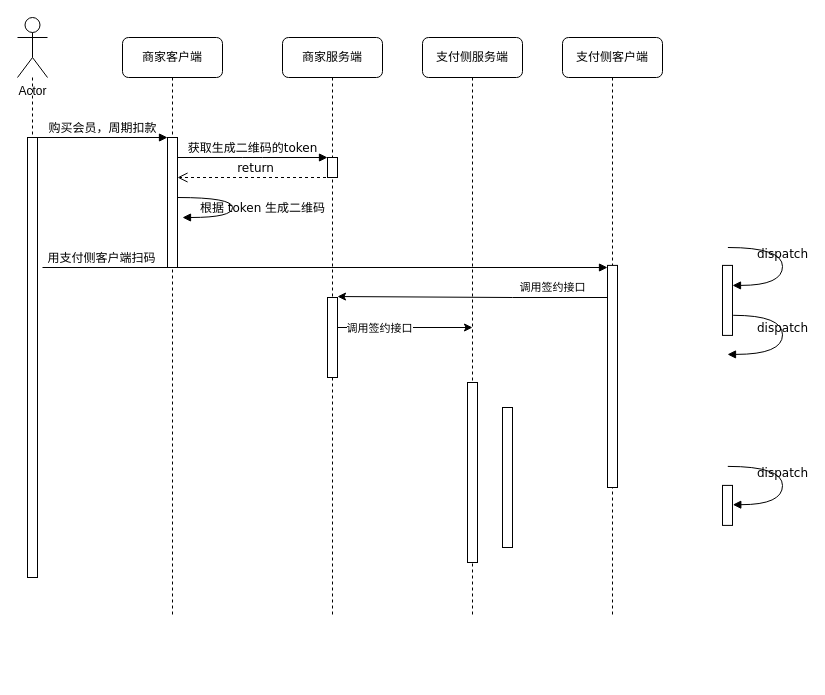
The draw.io diagram 周期扣款.drawio in hfy0/draw, before the edit. Source tidied: cells renumbered, new cells numbered last; positions are measured from the earlier drawing's top-left corner, leaving out a move shared by most shapes. Both pictures are drawn from the tidied source at 100%, with x=0, y=0 at pixel (17, 17).
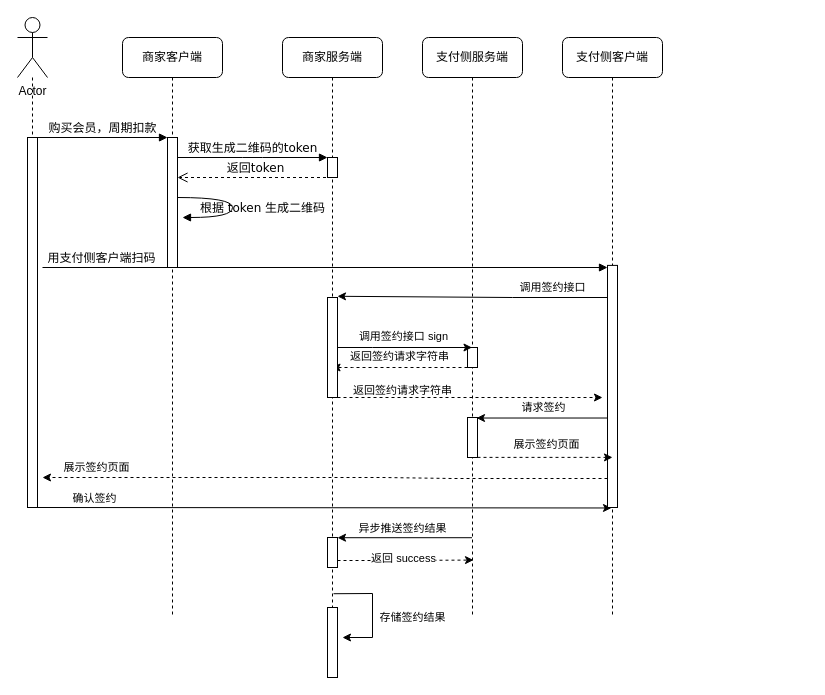
After the change.

Commit message (it also covers changes not shown here):
更新周期扣款.drawio

Unchanged cells that the change refers to:
```xml
<mxCell id="3" value="商家服务端" style="shape=umlLifeline;perimeter=lifelinePerimeter;whiteSpace=wrap;html=1;outlineConnect=0;rounded=1;shadow=0;comic=0;labelBackgroundColor=none;strokeWidth=1;fontFamily=Verdana;fontSize=12;align=center;" parent="1" vertex="1">
  <mxGeometry x="265" y="20" width="100" height="580" as="geometry" />
</mxCell>
<mxCell id="4" value="支付侧服务端" style="shape=umlLifeline;perimeter=lifelinePerimeter;whiteSpace=wrap;html=1;outlineConnect=0;rounded=1;shadow=0;comic=0;labelBackgroundColor=none;strokeWidth=1;fontFamily=Verdana;fontSize=12;align=center;" parent="1" vertex="1">
  <mxGeometry x="405" y="20" width="100" height="580" as="geometry" />
</mxCell>
<mxCell id="22" style="html=1;points=[];perimeter=orthogonalPerimeter;rounded=0;shadow=0;comic=0;labelBackgroundColor=none;strokeWidth=1;fontFamily=Verdana;fontSize=12;align=center;" parent="1" vertex="1">
  <mxGeometry x="150" y="120" width="10" height="130" as="geometry" />
</mxCell>
<mxCell id="25" style="html=1;points=[];perimeter=orthogonalPerimeter;rounded=0;shadow=0;comic=0;labelBackgroundColor=none;strokeWidth=1;fontFamily=Verdana;fontSize=12;align=center;" parent="1" vertex="1">
  <mxGeometry x="310" y="140" width="10" height="20" as="geometry" />
</mxCell>
```

Diff of the diagram source:
```diff
@@
+    <mxCell id="29" style="edgeStyle=none;rounded=0;jettySize=auto;html=1;entryX=1;entryY=0.007;entryDx=0;entryDy=0;entryPerimeter=0;endArrow=classic;endFill=1;" parent="1" edge="1" source="4" target="47">
+      <mxGeometry relative="1" as="geometry" />
+    </mxCell>
+    <mxCell id="30" value="异步推送签约结果" style="edgeLabel;html=1;align=center;verticalAlign=middle;" parent="29" vertex="1">
+      <mxGeometry x="0.35" y="1" relative="1" as="geometry">
+        <mxPoint x="21" y="-11" as="offset" />
+      </mxGeometry>
+    </mxCell>
@@
-    <mxCell id="6" style="html=1;perimeter=orthogonalPerimeter;rounded=0;shadow=0;comic=0;labelBackgroundColor=none;strokeWidth=1;fontFamily=Verdana;fontSize=12;align=center;" parent="1" vertex="1">
-      <mxGeometry x="450" y="365" width="10" height="180" as="geometry" />
-    </mxCell>
     <mxCell id="7" style="html=1;points=[];perimeter=orthogonalPerimeter;rounded=0;shadow=0;comic=0;labelBackgroundColor=none;strokeWidth=1;fontFamily=Verdana;fontSize=12;align=center;" parent="1" vertex="1">
-      <mxGeometry x="485" y="390" width="10" height="140" as="geometry" />
+      <mxGeometry x="450" y="400" width="10" height="40" as="geometry" />
     </mxCell>
-    <mxCell id="8" value="购买会员，周期扣款" style="html=1;verticalAlign=bottom;endArrow=block;entryX=0;entryY=0;labelBackgroundColor=none;fontFamily=Verdana;fontSize=12;edgeStyle=elbowEdgeStyle;elbow=vertical;" parent="1" edge="1" source="15" target="22">
-      <mxGeometry relative="1" as="geometry" />
-    </mxCell>
-    <mxCell id="9" value="获取生成二维码的token" style="html=1;verticalAlign=bottom;endArrow=block;entryX=0;entryY=0;labelBackgroundColor=none;fontFamily=Verdana;fontSize=12;edgeStyle=elbowEdgeStyle;elbow=vertical;" parent="1" edge="1" source="22" target="25">
-      <mxGeometry relative="1" as="geometry" />
-    </mxCell>
     <mxCell id="10" style="html=1;points=[];perimeter=orthogonalPerimeter;rounded=0;shadow=0;comic=0;labelBackgroundColor=none;strokeWidth=1;fontFamily=Verdana;fontSize=12;align=center;" parent="1" vertex="1">
-      <mxGeometry x="705" y="247.9" width="10" height="70" as="geometry" />
+      <mxGeometry x="310" y="590" width="10" height="70" as="geometry" />
     </mxCell>
-    <mxCell id="11" value="dispatch" style="html=1;verticalAlign=bottom;endArrow=block;labelBackgroundColor=none;fontFamily=Verdana;fontSize=12;elbow=vertical;edgeStyle=orthogonalEdgeStyle;curved=1;entryX=1;entryY=0.286;entryPerimeter=0;exitX=1.038;exitY=0.345;exitPerimeter=0;" parent="1" edge="1" target="10">
-      <mxGeometry relative="1" as="geometry">
-        <mxPoint x="710.4" y="230" as="sourcePoint" />
-        <Array as="points">
-          <mxPoint x="765" y="229.9" />
-          <mxPoint x="765" y="267.9" />
-        </Array>
-      </mxGeometry>
-    </mxCell>
-    <mxCell id="12" value="dispatch" style="html=1;verticalAlign=bottom;endArrow=block;labelBackgroundColor=none;fontFamily=Verdana;fontSize=12;elbow=vertical;edgeStyle=orthogonalEdgeStyle;curved=1;exitX=1.066;exitY=0.713;exitPerimeter=0;" parent="1" edge="1" source="10">
-      <mxGeometry relative="1" as="geometry">
-        <mxPoint x="710" y="336.9" as="targetPoint" />
-        <Array as="points">
-          <mxPoint x="765" y="297.9" />
-          <mxPoint x="765" y="336.9" />
-        </Array>
-      </mxGeometry>
-    </mxCell>
     <mxCell id="13" style="html=1;points=[];perimeter=orthogonalPerimeter;rounded=0;shadow=0;comic=0;labelBackgroundColor=none;strokeWidth=1;fontFamily=Verdana;fontSize=12;align=center;" parent="1" vertex="1">
-      <mxGeometry x="705" y="467.9" width="10" height="40" as="geometry" />
+      <mxGeometry x="450" y="330" width="10" height="20" as="geometry" />
     </mxCell>
-    <mxCell id="14" value="dispatch" style="html=1;verticalAlign=bottom;endArrow=block;labelBackgroundColor=none;fontFamily=Verdana;fontSize=12;elbow=vertical;edgeStyle=orthogonalEdgeStyle;curved=1;entryX=1;entryY=0.286;entryPerimeter=0;exitX=1.038;exitY=0.345;exitPerimeter=0;" parent="1" edge="1">
-      <mxGeometry relative="1" as="geometry">
-        <mxPoint x="710.3" y="448.9" as="sourcePoint" />
-        <mxPoint x="715.3" y="487.2" as="targetPoint" />
-        <Array as="points">
-          <mxPoint x="765" y="448.9" />
-          <mxPoint x="765" y="486.9" />
-        </Array>
-      </mxGeometry>
-    </mxCell>
+    <mxCell id="31" style="edgeStyle=none;rounded=0;jettySize=auto;html=1;entryX=0.4;entryY=1.002;entryDx=0;entryDy=0;entryPerimeter=0;endArrow=classic;endFill=1;" parent="1" edge="1" source="15" target="21">
+      <mxGeometry relative="1" as="geometry" />
+    </mxCell>
+    <mxCell id="32" value="确认签约" style="edgeLabel;html=1;align=center;verticalAlign=middle;" parent="31" vertex="1">
+      <mxGeometry x="-0.8" y="-1" relative="1" as="geometry">
+        <mxPoint y="-11" as="offset" />
+      </mxGeometry>
+    </mxCell>
     <mxCell id="15" style="html=1;points=[];perimeter=orthogonalPerimeter;rounded=0;shadow=0;comic=0;labelBackgroundColor=none;strokeWidth=1;fontFamily=Verdana;fontSize=12;align=center;" parent="1" vertex="1">
-      <mxGeometry x="10" y="120" width="10" height="440" as="geometry" />
+      <mxGeometry x="10" y="120" width="10" height="370" as="geometry" />
     </mxCell>
+    <mxCell id="33" style="edgeStyle=none;rounded=0;jettySize=auto;html=1;dashed=1;endArrow=classic;endFill=1;" parent="1" edge="1" source="13" target="3">
+      <mxGeometry relative="1" as="geometry">
+        <Array as="points">
+          <mxPoint x="335" y="350" />
+        </Array>
+      </mxGeometry>
+    </mxCell>
+    <mxCell id="34" value="返回签约请求字符串" style="edgeLabel;html=1;align=center;verticalAlign=middle;" parent="33" vertex="1">
+      <mxGeometry x="0.04" y="2" relative="1" as="geometry">
+        <mxPoint x="1" y="-14" as="offset" />
+      </mxGeometry>
+    </mxCell>
@@
-    <mxCell id="19" style="edgeStyle=none;rounded=0;jettySize=auto;html=1;endArrow=classic;endFill=1;entryX=1;entryY=-0.012;entryDx=0;entryDy=0;entryPerimeter=0;" parent="1" edge="1" source="21" target="28">
-      <mxGeometry relative="1" as="geometry">
-        <Array as="points">
-          <mxPoint x="495" y="280" />
-        </Array>
-      </mxGeometry>
-    </mxCell>
-    <mxCell id="20" value="调用签约接口" style="edgeLabel;html=1;align=center;verticalAlign=middle;" parent="19" vertex="1">
-      <mxGeometry x="0.08" y="2" relative="1" as="geometry">
-        <mxPoint x="91" y="-12" as="offset" />
-      </mxGeometry>
-    </mxCell>
+    <mxCell id="35" style="edgeStyle=none;rounded=0;jettySize=auto;html=1;endArrow=classic;endFill=1;entryX=0.9;entryY=0.013;entryDx=0;entryDy=0;entryPerimeter=0;" parent="1" edge="1" source="21" target="7">
+      <mxGeometry relative="1" as="geometry" />
+    </mxCell>
+    <mxCell id="36" value="请求签约" style="edgeLabel;html=1;align=center;verticalAlign=middle;" parent="35" vertex="1">
+      <mxGeometry x="0.18" relative="1" as="geometry">
+        <mxPoint x="12" y="-11" as="offset" />
+      </mxGeometry>
+    </mxCell>
+    <mxCell id="37" style="edgeStyle=none;rounded=0;jettySize=auto;html=1;dashed=1;endArrow=classic;endFill=1;" parent="1" edge="1" source="21">
+      <mxGeometry relative="1" as="geometry">
+        <mxPoint x="25" y="460" as="targetPoint" />
+        <Array as="points">
+          <mxPoint x="435" y="461" />
+          <mxPoint x="365" y="460" />
+        </Array>
+      </mxGeometry>
+    </mxCell>
+    <mxCell id="38" value="展示签约页面" style="edgeLabel;html=1;align=center;verticalAlign=middle;" parent="37" vertex="1">
+      <mxGeometry x="0.72" y="-3" relative="1" as="geometry">
+        <mxPoint x="-26" y="-8" as="offset" />
+      </mxGeometry>
+    </mxCell>
     <mxCell id="21" style="html=1;points=[];perimeter=orthogonalPerimeter;rounded=0;shadow=0;comic=0;labelBackgroundColor=none;strokeWidth=1;fontFamily=Verdana;fontSize=12;align=center;" parent="1" vertex="1">
-      <mxGeometry x="590" y="247.9" width="10" height="222.1" as="geometry" />
+      <mxGeometry x="590" y="247.9" width="10" height="242.1" as="geometry" />
     </mxCell>
+    <mxCell id="39" style="edgeStyle=none;rounded=0;jettySize=auto;html=1;entryX=0.5;entryY=0.793;entryDx=0;entryDy=0;entryPerimeter=0;dashed=1;endArrow=classic;endFill=1;" parent="1" edge="1" source="7" target="21">
+      <mxGeometry relative="1" as="geometry" />
+    </mxCell>
+    <mxCell id="40" value="展示签约页面" style="edgeLabel;html=1;align=center;verticalAlign=middle;" parent="39" vertex="1">
+      <mxGeometry x="0.42" y="-2" relative="1" as="geometry">
+        <mxPoint x="-28" y="-15" as="offset" />
+      </mxGeometry>
+    </mxCell>
@@
+    <mxCell id="8" value="购买会员，周期扣款" style="html=1;verticalAlign=bottom;endArrow=block;entryX=0;entryY=0;labelBackgroundColor=none;fontFamily=Verdana;fontSize=12;edgeStyle=elbowEdgeStyle;elbow=vertical;" parent="1" edge="1" source="15" target="22">
+      <mxGeometry relative="1" as="geometry" />
+    </mxCell>
-    <mxCell id="23" value="return" style="html=1;verticalAlign=bottom;endArrow=open;dashed=1;endSize=8;labelBackgroundColor=none;fontFamily=Verdana;fontSize=12;edgeStyle=elbowEdgeStyle;elbow=vertical;" parent="1" edge="1" source="3">
+    <mxCell id="23" value="返回token" style="html=1;verticalAlign=bottom;endArrow=open;dashed=1;endSize=8;labelBackgroundColor=none;fontFamily=Verdana;fontSize=12;edgeStyle=elbowEdgeStyle;elbow=horizontal;" parent="1" edge="1" source="3">
       <mxGeometry relative="1" as="geometry">
         <mxPoint x="160" y="160" as="targetPoint" />
         <Array as="points">
           <mxPoint x="235" y="160" />
           <mxPoint x="265" y="160" />
         </Array>
       </mxGeometry>
     </mxCell>
@@
-    <mxCell id="26" style="endArrow=classic;html=1;rounded=0;" parent="1" edge="1" source="3">
-      <mxGeometry relative="1" as="geometry">
-        <mxPoint x="455" y="310" as="targetPoint" />
-      </mxGeometry>
-    </mxCell>
-    <mxCell id="27" value="调用签约接口" style="edgeLabel;html=1;align=center;verticalAlign=middle;" parent="26" vertex="1">
-      <mxGeometry x="-0.34" relative="1" as="geometry">
-        <mxPoint x="1" as="offset" />
-      </mxGeometry>
-    </mxCell>
+    <mxCell id="9" value="获取生成二维码的token" style="html=1;verticalAlign=bottom;endArrow=block;entryX=0;entryY=0;labelBackgroundColor=none;fontFamily=Verdana;fontSize=12;edgeStyle=elbowEdgeStyle;elbow=vertical;" parent="1" edge="1" source="22" target="25">
+      <mxGeometry relative="1" as="geometry" />
+    </mxCell>
+    <mxCell id="41" style="edgeStyle=none;rounded=0;jettySize=auto;html=1;endArrow=classic;endFill=1;" parent="1" edge="1" source="28" target="4">
+      <mxGeometry relative="1" as="geometry">
+        <Array as="points">
+          <mxPoint x="355" y="330" />
+        </Array>
+      </mxGeometry>
+    </mxCell>
+    <mxCell id="42" value="调用签约接口 sign" style="edgeLabel;html=1;align=center;verticalAlign=middle;" parent="41" vertex="1">
+      <mxGeometry x="-0.26" y="5" relative="1" as="geometry">
+        <mxPoint x="15" y="-7" as="offset" />
+      </mxGeometry>
+    </mxCell>
     <mxCell id="28" style="html=1;points=[];perimeter=orthogonalPerimeter;" parent="1" vertex="1">
-      <mxGeometry x="310" y="280" width="10" height="80" as="geometry" />
+      <mxGeometry x="310" y="280" width="10" height="100" as="geometry" />
     </mxCell>
+    <mxCell id="43" style="edgeStyle=none;rounded=0;jettySize=auto;html=1;dashed=1;endArrow=classic;endFill=1;" parent="1" edge="1" source="28">
+      <mxGeometry relative="1" as="geometry">
+        <mxPoint x="585" y="380" as="targetPoint" />
+      </mxGeometry>
+    </mxCell>
+    <mxCell id="44" value="返回签约请求字符串" style="edgeLabel;html=1;align=center;verticalAlign=middle;" parent="43" vertex="1">
+      <mxGeometry x="-0.67" y="-3" relative="1" as="geometry">
+        <mxPoint x="20" y="-11" as="offset" />
+      </mxGeometry>
+    </mxCell>
+    <mxCell id="19" style="edgeStyle=none;rounded=0;jettySize=auto;html=1;endArrow=classic;endFill=1;entryX=1;entryY=-0.012;entryDx=0;entryDy=0;entryPerimeter=0;" parent="1" edge="1" source="21" target="28">
+      <mxGeometry relative="1" as="geometry">
+        <Array as="points">
+          <mxPoint x="495" y="280" />
+        </Array>
+      </mxGeometry>
+    </mxCell>
+    <mxCell id="20" value="调用签约接口" style="edgeLabel;html=1;align=center;verticalAlign=middle;" parent="19" vertex="1">
+      <mxGeometry x="0.08" y="2" relative="1" as="geometry">
+        <mxPoint x="91" y="-12" as="offset" />
+      </mxGeometry>
+    </mxCell>
+    <mxCell id="45" style="edgeStyle=none;rounded=0;jettySize=auto;html=1;entryX=0.51;entryY=0.901;entryDx=0;entryDy=0;entryPerimeter=0;endArrow=classic;endFill=1;dashed=1;" parent="1" edge="1" source="47" target="4">
+      <mxGeometry relative="1" as="geometry">
+        <Array as="points">
+          <mxPoint x="365" y="543" />
+        </Array>
+      </mxGeometry>
+    </mxCell>
+    <mxCell id="46" value="返回 success" style="edgeLabel;html=1;align=center;verticalAlign=middle;" parent="45" vertex="1">
+      <mxGeometry x="-0.41" relative="1" as="geometry">
+        <mxPoint x="25" y="-3" as="offset" />
+      </mxGeometry>
+    </mxCell>
+    <mxCell id="47" style="html=1;points=[];perimeter=orthogonalPerimeter;rounded=0;shadow=0;comic=0;labelBackgroundColor=none;strokeWidth=1;fontFamily=Verdana;fontSize=12;align=center;" parent="1" vertex="1">
+      <mxGeometry x="310" y="520" width="10" height="30" as="geometry" />
+    </mxCell>
+    <mxCell id="48" value="存储签约结果" style="endArrow=classic;html=1;rounded=0;exitX=0.51;exitY=0.959;exitDx=0;exitDy=0;exitPerimeter=0;endFill=1;" parent="1" edge="1" source="3">
+      <mxGeometry x="0.12" y="40" relative="1" as="geometry">
+        <mxPoint x="325" y="620" as="targetPoint" />
+        <Array as="points">
+          <mxPoint x="355" y="576" />
+          <mxPoint x="355" y="620" />
+        </Array>
+      </mxGeometry>
+    </mxCell>
```
